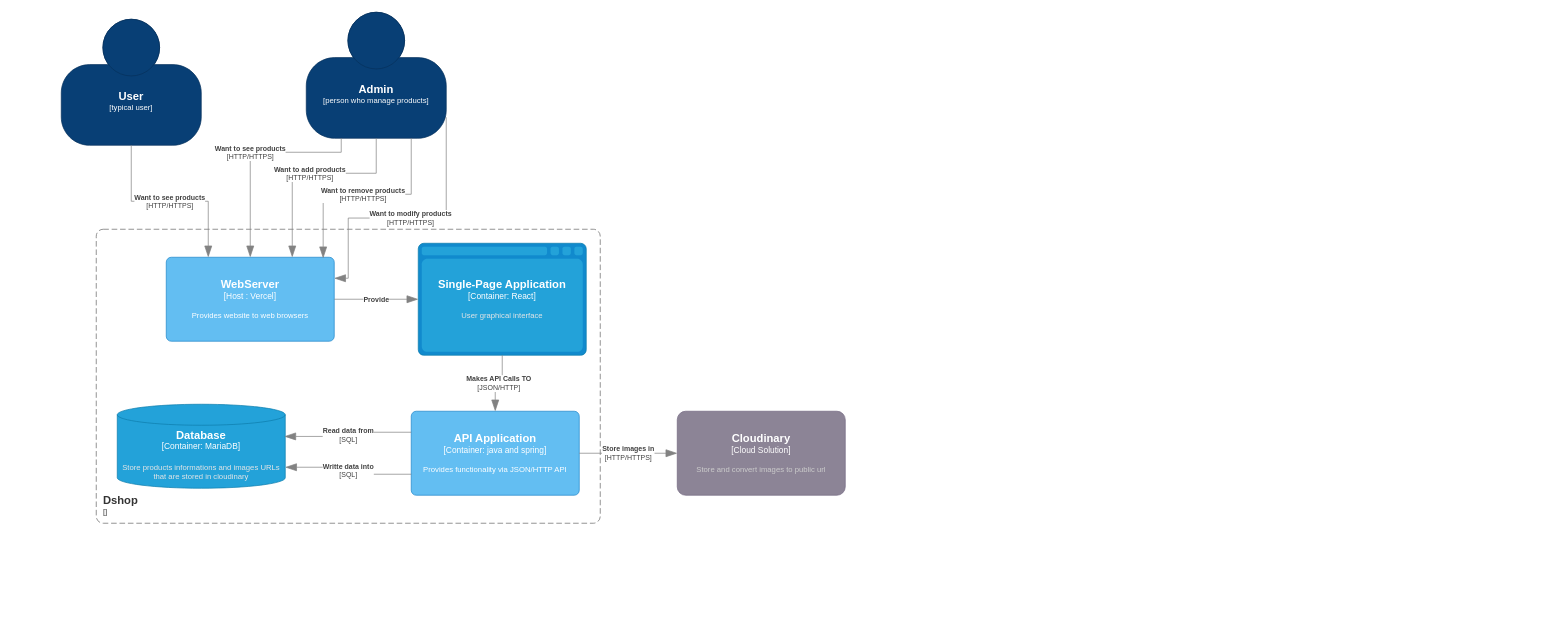
Before: documents/c4/C4_layer_2.drawio in SimonVanMello/dshop, a draw.io diagram. Source tidied: cells renumbered, new cells numbered last; positions are measured from the earlier drawing's top-left corner, leaving out a move shared by most shapes. Both pictures are drawn from the tidied source at 70%, with x=0, y=0 at pixel (61, 12).
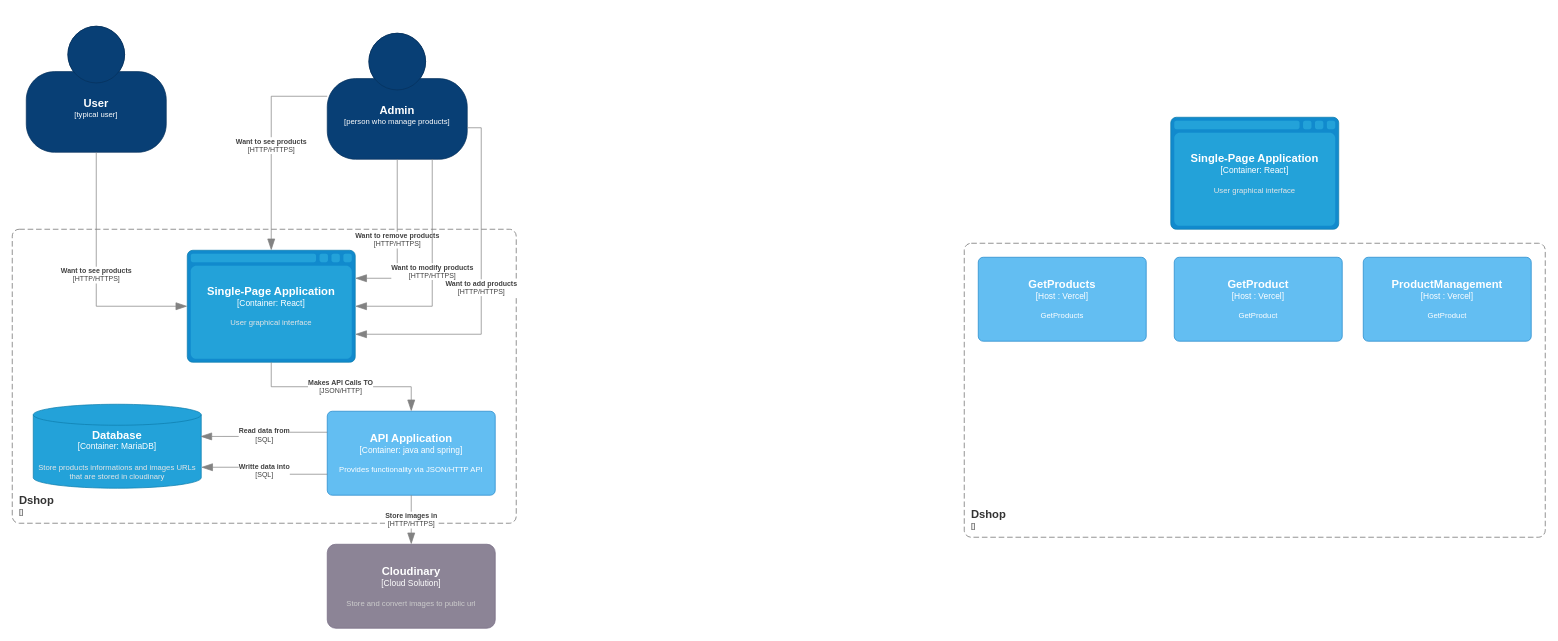
The same diagram, later.

Diff of the diagram source:
```diff
@@
     <object id="2" label="&lt;font style=&quot;font-size: 16px&quot;&gt;&lt;b&gt;%c4Name%&lt;/b&gt;&lt;/font&gt;&lt;div&gt;[%c4Type%]&lt;/div&gt;&lt;br&gt;&lt;div&gt;&lt;font style=&quot;font-size: 11px&quot;&gt;&lt;font color=&quot;#cccccc&quot;&gt;%c4Description%&lt;/font&gt;&lt;/div&gt;" c4Description="" c4Name="User" c4Type="typical user" placeholders="1">
       <mxCell style="html=1;fontSize=11;dashed=0;whiteSpace=wrap;fillColor=#083F75;strokeColor=#06315C;fontColor=#ffffff;shape=mxgraph.c4.person2;align=center;points=[[0.5,0,0],[1,0.5,0],[1,0.75,0],[0.75,1,0],[0.5,1,0],[0.25,1,0],[0,0.75,0],[0,0.5,0]];" parent="1" vertex="1">
-        <mxGeometry y="10" width="200" height="180" as="geometry" />
+        <mxGeometry x="-50" y="20" width="200" height="180" as="geometry" />
       </mxCell>
     </object>
     <object id="3" label="&lt;font style=&quot;font-size: 16px&quot;&gt;&lt;b&gt;%c4Name%&lt;/b&gt;&lt;/font&gt;&lt;div&gt;[%c4Type%]&lt;/div&gt;&lt;br&gt;&lt;div&gt;&lt;font style=&quot;font-size: 11px&quot;&gt;&lt;font color=&quot;#cccccc&quot;&gt;%c4Description%&lt;/font&gt;&lt;/div&gt;" c4Description="" c4Name="Admin" c4Type="person who manage products" placeholders="1">
       <mxCell style="html=1;fontSize=11;dashed=0;whiteSpace=wrap;fillColor=#083F75;strokeColor=#06315C;fontColor=#ffffff;shape=mxgraph.c4.person2;align=center;points=[[0.5,0,0],[1,0.5,0],[1,0.75,0],[0.75,1,0],[0.5,1,0],[0.25,1,0],[0,0.75,0],[0,0.5,0]];" parent="1" vertex="1">
-        <mxGeometry x="350" width="200" height="180" as="geometry" />
+        <mxGeometry x="380" y="30" width="200" height="180" as="geometry" />
       </mxCell>
     </object>
     <object id="4" label="&lt;font style=&quot;font-size: 16px&quot;&gt;&lt;b&gt;%c4Type%&lt;/b&gt;&lt;/font&gt;&lt;div&gt;[%c4Container%:&amp;nbsp;%c4Technology%]&lt;/div&gt;&lt;br&gt;&lt;div&gt;&lt;font style=&quot;font-size: 11px&quot;&gt;&lt;font color=&quot;#E6E6E6&quot;&gt;%c4Description%&lt;/font&gt;&lt;/div&gt;" c4Container="Container" c4Description="Store products informations and images URLs that are stored in cloudinary" c4Technology="MariaDB" c4Type="Database" placeholders="1">
       <mxCell style="shape=cylinder3;size=15;whiteSpace=wrap;html=1;boundedLbl=1;rounded=0;labelBackgroundColor=none;fillColor=#23A2D9;fontSize=12;fontColor=#ffffff;align=center;strokeColor=#0E7DAD;points=[[0.5,0,0],[1,0.25,0],[1,0.5,0],[1,0.75,0],[0.5,1,0],[0,0.75,0],[0,0.5,0],[0,0.25,0]];" parent="1" vertex="1">
-        <mxGeometry x="80" y="560" width="240" height="120" as="geometry" />
+        <mxGeometry x="-40" y="560" width="240" height="120" as="geometry" />
       </mxCell>
     </object>
     <object id="5" label="&lt;font style=&quot;font-size: 16px&quot;&gt;&lt;b&gt;&lt;div style=&quot;text-align: left&quot;&gt;%c4Name%&lt;/div&gt;&lt;/b&gt;&lt;/font&gt;&lt;div style=&quot;text-align: left&quot;&gt;[%c4Application%]&lt;/div&gt;" c4Application="" c4Name="Dshop" placeholders="1">
       <mxCell style="rounded=1;fontSize=11;whiteSpace=wrap;html=1;dashed=1;arcSize=20;fillColor=none;strokeColor=#666666;fontColor=#333333;labelBackgroundColor=none;align=left;verticalAlign=bottom;labelBorderColor=none;spacingTop=0;spacing=10;dashPattern=8 4;perimeter=rectanglePerimeter;noLabel=0;labelPadding=0;absoluteArcSize=1;" parent="1" vertex="1">
-        <mxGeometry x="50" y="310" width="720" height="420" as="geometry" />
+        <mxGeometry x="-70" y="310" width="720" height="420" as="geometry" />
       </mxCell>
     </object>
     <object id="6" label="&lt;font style=&quot;font-size: 16px&quot;&gt;&lt;b&gt;%c4Type%&lt;/b&gt;&lt;/font&gt;&lt;div&gt;[%c4Container%:&amp;nbsp;%c4Technology%]&lt;/div&gt;&lt;br&gt;&lt;div&gt;&lt;font style=&quot;font-size: 11px&quot;&gt;&lt;font color=&quot;#E6E6E6&quot;&gt;%c4Description%&lt;/font&gt;&lt;/div&gt;" c4Container="Container" c4Description="User graphical interface" c4Technology="React" c4Type="Single-Page Application" placeholders="1">
       <mxCell style="shape=mxgraph.c4.webBrowserContainer2;whiteSpace=wrap;html=1;boundedLbl=1;rounded=0;labelBackgroundColor=none;strokeColor=#118ACD;fillColor=#23A2D9;strokeColor=#118ACD;strokeColor2=#0E7DAD;fontSize=12;fontColor=#ffffff;align=center;points=[[0.5,0,0],[1,0.25,0],[1,0.5,0],[1,0.75,0],[0.5,1,0],[0,0.75,0],[0,0.5,0],[0,0.25,0]];" parent="1" vertex="1">
-        <mxGeometry x="510" y="330" width="240" height="160" as="geometry" />
+        <mxGeometry x="180" y="340" width="240" height="160" as="geometry" />
       </mxCell>
     </object>
     <object id="7" label="&lt;font style=&quot;font-size: 16px&quot;&gt;&lt;b&gt;%c4Name%&lt;/b&gt;&lt;/font&gt;&lt;div&gt;[%c4Type%]&lt;/div&gt;&lt;br&gt;&lt;div&gt;&lt;font style=&quot;font-size: 11px&quot;&gt;&lt;font color=&quot;#cccccc&quot;&gt;%c4Description%&lt;/font&gt;&lt;/div&gt;" c4Description="Store and convert images to public url" c4Name="Cloudinary" c4Type="Cloud Solution" placeholders="1">
       <mxCell style="rounded=1;whiteSpace=wrap;html=1;labelBackgroundColor=none;fillColor=#8C8496;fontColor=#ffffff;align=center;arcSize=10;strokeColor=#736782;points=[[0.25,0,0],[0.5,0,0],[0.75,0,0],[1,0.25,0],[1,0.5,0],[1,0.75,0],[0.75,1,0],[0.5,1,0],[0.25,1,0],[0,0.75,0],[0,0.5,0],[0,0.25,0]];" parent="1" vertex="1">
-        <mxGeometry x="880" y="570" width="240" height="120" as="geometry" />
+        <mxGeometry x="380" y="760" width="240" height="120" as="geometry" />
       </mxCell>
     </object>
     <object id="8" label="&lt;font style=&quot;font-size: 16px&quot;&gt;&lt;b&gt;%c4Name%&lt;/b&gt;&lt;/font&gt;&lt;div&gt;[%c4Type%: %c4Technology%]&lt;/div&gt;&lt;br&gt;&lt;div&gt;&lt;font style=&quot;font-size: 11px&quot;&gt;%c4Description%&lt;/font&gt;&lt;/div&gt;" c4Description="Provides functionality via JSON/HTTP API" c4Name="API Application" c4Technology="java and spring" c4Type="Container" placeholders="1">
       <mxCell style="rounded=1;whiteSpace=wrap;html=1;labelBackgroundColor=none;fillColor=#63BEF2;fontColor=#ffffff;align=center;arcSize=6;strokeColor=#2086C9;points=[[0.25,0,0],[0.5,0,0],[0.75,0,0],[1,0.25,0],[1,0.5,0],[1,0.75,0],[0.75,1,0],[0.5,1,0],[0.25,1,0],[0,0.75,0],[0,0.5,0],[0,0.25,0]];" parent="1" vertex="1">
-        <mxGeometry x="500" y="570" width="240" height="120" as="geometry" />
+        <mxGeometry x="380" y="570" width="240" height="120" as="geometry" />
       </mxCell>
     </object>
@@
-    <object id="10" label="&lt;font style=&quot;font-size: 16px&quot;&gt;&lt;b&gt;%c4Name%&lt;/b&gt;&lt;/font&gt;&lt;div&gt;[%c4Type%: %c4Technology%]&lt;/div&gt;&lt;br&gt;&lt;div&gt;&lt;font style=&quot;font-size: 11px&quot;&gt;%c4Description%&lt;/font&gt;&lt;/div&gt;" c4Description="Provides website to web browsers" c4Name="WebServer" c4Technology="Vercel" c4Type="Host " placeholders="1">
-      <mxCell style="rounded=1;whiteSpace=wrap;html=1;labelBackgroundColor=none;fillColor=#63BEF2;fontColor=#ffffff;align=center;arcSize=6;strokeColor=#2086C9;points=[[0.25,0,0],[0.5,0,0],[0.75,0,0],[1,0.25,0],[1,0.5,0],[1,0.75,0],[0.75,1,0],[0.5,1,0],[0.25,1,0],[0,0.75,0],[0,0.5,0],[0,0.25,0]];" parent="1" vertex="1">
-        <mxGeometry x="150" y="350" width="240" height="120" as="geometry" />
-      </mxCell>
-    </object>
@@
     <object id="13" label="&lt;div style=&quot;text-align: left&quot;&gt;&lt;div style=&quot;text-align: center&quot;&gt;&lt;b&gt;%c4Description%&lt;/b&gt;&lt;/div&gt;&lt;div style=&quot;text-align: center&quot;&gt;[%c4Technology%]&lt;/div&gt;&lt;/div&gt;" c4Description="Want to see products" c4Technology="HTTP/HTTPS" placeholders="1">
-      <mxCell style="endArrow=blockThin;html=1;fontSize=10;fontColor=#404040;strokeWidth=1;endFill=1;strokeColor=#828282;elbow=vertical;endSize=14;startSize=14;jumpStyle=arc;jumpSize=16;rounded=0;edgeStyle=orthogonalEdgeStyle;exitX=0.5;exitY=1;exitDx=0;exitDy=0;exitPerimeter=0;entryX=0.25;entryY=0;entryDx=0;entryDy=0;entryPerimeter=0;" parent="1" edge="1" source="2" target="10">
+      <mxCell style="endArrow=blockThin;html=1;fontSize=10;fontColor=#404040;strokeWidth=1;endFill=1;strokeColor=#828282;elbow=vertical;endSize=14;startSize=14;jumpStyle=arc;jumpSize=16;rounded=0;edgeStyle=orthogonalEdgeStyle;exitX=0.5;exitY=1;exitDx=0;exitDy=0;exitPerimeter=0;entryX=0;entryY=0.5;entryDx=0;entryDy=0;entryPerimeter=0;" parent="1" edge="1" source="2" target="6">
         <mxGeometry relative="1" as="geometry" />
       </mxCell>
     </object>
     <object id="14" label="&lt;div style=&quot;text-align: left&quot;&gt;&lt;div style=&quot;text-align: center&quot;&gt;&lt;b&gt;%c4Description%&lt;/b&gt;&lt;/div&gt;&lt;div style=&quot;text-align: center&quot;&gt;[%c4Technology%]&lt;/div&gt;&lt;/div&gt;" c4Description="Want to see products" c4Technology="HTTP/HTTPS" placeholders="1">
-      <mxCell style="endArrow=blockThin;html=1;fontSize=10;fontColor=#404040;strokeWidth=1;endFill=1;strokeColor=#828282;elbow=vertical;endSize=14;startSize=14;jumpStyle=arc;jumpSize=16;rounded=0;edgeStyle=orthogonalEdgeStyle;exitX=0.25;exitY=1;exitDx=0;exitDy=0;exitPerimeter=0;" parent="1" edge="1">
+      <mxCell style="endArrow=blockThin;html=1;fontSize=10;fontColor=#404040;strokeWidth=1;endFill=1;strokeColor=#828282;elbow=vertical;endSize=14;startSize=14;jumpStyle=arc;jumpSize=16;rounded=0;edgeStyle=orthogonalEdgeStyle;exitX=0;exitY=0.5;exitDx=0;exitDy=0;exitPerimeter=0;entryX=0.5;entryY=0;entryDx=0;entryDy=0;entryPerimeter=0;" parent="1" edge="1" source="3" target="6">
         <mxGeometry relative="1" as="geometry">
-          <mxPoint x="400" y="180" as="sourcePoint" />
-          <mxPoint x="270" y="350" as="targetPoint" />
           <Array as="points">
-            <mxPoint x="400" y="200" />
-            <mxPoint x="270" y="200" />
+            <mxPoint x="300" y="120" />
           </Array>
         </mxGeometry>
       </mxCell>
     </object>
     <object id="15" label="&lt;div style=&quot;text-align: left&quot;&gt;&lt;div style=&quot;text-align: center&quot;&gt;&lt;b&gt;%c4Description%&lt;/b&gt;&lt;/div&gt;&lt;div style=&quot;text-align: center&quot;&gt;[%c4Technology%]&lt;/div&gt;&lt;/div&gt;" c4Description="Want to add products" c4Technology="HTTP/HTTPS" placeholders="1">
-      <mxCell style="endArrow=blockThin;html=1;fontSize=10;fontColor=#404040;strokeWidth=1;endFill=1;strokeColor=#828282;elbow=vertical;endSize=14;startSize=14;jumpStyle=arc;jumpSize=16;rounded=0;edgeStyle=orthogonalEdgeStyle;exitX=0.5;exitY=1;exitDx=0;exitDy=0;exitPerimeter=0;entryX=0.75;entryY=0;entryDx=0;entryDy=0;entryPerimeter=0;" parent="1" edge="1" source="3" target="10">
+      <mxCell style="endArrow=blockThin;html=1;fontSize=10;fontColor=#404040;strokeWidth=1;endFill=1;strokeColor=#828282;elbow=vertical;endSize=14;startSize=14;jumpStyle=arc;jumpSize=16;rounded=0;edgeStyle=orthogonalEdgeStyle;exitX=1;exitY=0.75;exitDx=0;exitDy=0;exitPerimeter=0;entryX=1;entryY=0.75;entryDx=0;entryDy=0;entryPerimeter=0;" parent="1" edge="1" source="3" target="6">
         <mxGeometry relative="1" as="geometry">
           <Array as="points">
-            <mxPoint x="450" y="230" />
-            <mxPoint x="330" y="230" />
+            <mxPoint x="600" y="165" />
+            <mxPoint x="600" y="460" />
           </Array>
         </mxGeometry>
       </mxCell>
     </object>
     <object id="16" label="&lt;div style=&quot;text-align: left&quot;&gt;&lt;div style=&quot;text-align: center&quot;&gt;&lt;b&gt;%c4Description%&lt;/b&gt;&lt;/div&gt;&lt;div style=&quot;text-align: center&quot;&gt;[%c4Technology%]&lt;/div&gt;&lt;/div&gt;" c4Description="Want to remove products" c4Technology="HTTP/HTTPS" placeholders="1">
-      <mxCell style="endArrow=blockThin;html=1;fontSize=10;fontColor=#404040;strokeWidth=1;endFill=1;strokeColor=#828282;elbow=vertical;endSize=14;startSize=14;jumpStyle=arc;jumpSize=16;rounded=0;edgeStyle=orthogonalEdgeStyle;exitX=0.75;exitY=1;exitDx=0;exitDy=0;exitPerimeter=0;entryX=0.934;entryY=0.011;entryDx=0;entryDy=0;entryPerimeter=0;" parent="1" edge="1" source="3" target="10">
+      <mxCell style="endArrow=blockThin;html=1;fontSize=10;fontColor=#404040;strokeWidth=1;endFill=1;strokeColor=#828282;elbow=vertical;endSize=14;startSize=14;jumpStyle=arc;jumpSize=16;rounded=0;edgeStyle=orthogonalEdgeStyle;exitX=0.5;exitY=1;exitDx=0;exitDy=0;exitPerimeter=0;entryX=1;entryY=0.25;entryDx=0;entryDy=0;entryPerimeter=0;" parent="1" edge="1" source="3" target="6">
         <mxGeometry relative="1" as="geometry">
           <Array as="points">
-            <mxPoint x="500" y="260" />
-            <mxPoint x="374" y="260" />
+            <mxPoint x="480" y="380" />
           </Array>
         </mxGeometry>
       </mxCell>
     </object>
     <object id="17" label="&lt;div style=&quot;text-align: left&quot;&gt;&lt;div style=&quot;text-align: center&quot;&gt;&lt;b&gt;%c4Description%&lt;/b&gt;&lt;/div&gt;&lt;div style=&quot;text-align: center&quot;&gt;[%c4Technology%]&lt;/div&gt;&lt;/div&gt;" c4Description="Want to modify products" c4Technology="HTTP/HTTPS" placeholders="1">
-      <mxCell style="endArrow=blockThin;html=1;fontSize=10;fontColor=#404040;strokeWidth=1;endFill=1;strokeColor=#828282;elbow=vertical;endSize=14;startSize=14;jumpStyle=arc;jumpSize=16;rounded=0;edgeStyle=orthogonalEdgeStyle;entryX=1;entryY=0.25;entryDx=0;entryDy=0;entryPerimeter=0;exitX=1;exitY=0.75;exitDx=0;exitDy=0;exitPerimeter=0;" parent="1" edge="1" target="10">
+      <mxCell style="endArrow=blockThin;html=1;fontSize=10;fontColor=#404040;strokeWidth=1;endFill=1;strokeColor=#828282;elbow=vertical;endSize=14;startSize=14;jumpStyle=arc;jumpSize=16;rounded=0;edgeStyle=orthogonalEdgeStyle;entryX=1;entryY=0.5;entryDx=0;entryDy=0;entryPerimeter=0;exitX=0.75;exitY=1;exitDx=0;exitDy=0;exitPerimeter=0;" parent="1" edge="1" source="3" target="6">
         <mxGeometry relative="1" as="geometry">
-          <mxPoint x="550" y="150" as="sourcePoint" />
           <Array as="points">
-            <mxPoint x="550" y="294" />
-            <mxPoint x="410" y="294" />
-            <mxPoint x="410" y="380" />
+            <mxPoint x="530" y="420" />
           </Array>
         </mxGeometry>
       </mxCell>
     </object>
-    <object id="18" label="&lt;div style=&quot;text-align: left&quot;&gt;&lt;div style=&quot;text-align: center&quot;&gt;&lt;b&gt;%c4Description%&lt;/b&gt;&lt;/div&gt;" c4Description="Provide" placeholders="1">
-      <mxCell style="endArrow=blockThin;html=1;fontSize=10;fontColor=#404040;strokeWidth=1;endFill=1;strokeColor=#828282;elbow=vertical;endSize=14;startSize=14;jumpStyle=arc;jumpSize=16;rounded=0;edgeStyle=orthogonalEdgeStyle;entryX=0;entryY=0.5;entryDx=0;entryDy=0;entryPerimeter=0;exitX=1;exitY=0.5;exitDx=0;exitDy=0;exitPerimeter=0;" parent="1" edge="1" source="10" target="6">
-        <mxGeometry relative="1" as="geometry" />
-      </mxCell>
-    </object>
     <object id="19" label="&lt;div style=&quot;text-align: left&quot;&gt;&lt;div style=&quot;text-align: center&quot;&gt;&lt;b&gt;%c4Description%&lt;/b&gt;&lt;/div&gt;&lt;div style=&quot;text-align: center&quot;&gt;[%c4Technology%]&lt;/div&gt;&lt;/div&gt;" c4Description="Store images in" c4Technology="HTTP/HTTPS" placeholders="1">
-      <mxCell style="endArrow=blockThin;html=1;fontSize=10;fontColor=#404040;strokeWidth=1;endFill=1;strokeColor=#828282;elbow=vertical;endSize=14;startSize=14;jumpStyle=arc;jumpSize=16;rounded=0;edgeStyle=orthogonalEdgeStyle;entryX=0;entryY=0.5;entryDx=0;entryDy=0;entryPerimeter=0;exitX=1;exitY=0.5;exitDx=0;exitDy=0;exitPerimeter=0;" parent="1" edge="1" source="8" target="7">
-        <mxGeometry relative="1" as="geometry" />
+      <mxCell style="endArrow=blockThin;html=1;fontSize=10;fontColor=#404040;strokeWidth=1;endFill=1;strokeColor=#828282;elbow=vertical;endSize=14;startSize=14;jumpStyle=arc;jumpSize=16;rounded=0;edgeStyle=orthogonalEdgeStyle;entryX=0.5;entryY=0;entryDx=0;entryDy=0;entryPerimeter=0;exitX=0.5;exitY=1;exitDx=0;exitDy=0;exitPerimeter=0;" parent="1" edge="1" source="8" target="7">
+        <mxGeometry relative="1" as="geometry">
+          <Array as="points">
+            <mxPoint x="500" y="730" />
+            <mxPoint x="500" y="730" />
+          </Array>
+        </mxGeometry>
       </mxCell>
     </object>
+    <object id="20" label="&lt;font style=&quot;font-size: 16px&quot;&gt;&lt;b&gt;&lt;div style=&quot;text-align: left&quot;&gt;%c4Name%&lt;/div&gt;&lt;/b&gt;&lt;/font&gt;&lt;div style=&quot;text-align: left&quot;&gt;[%c4Application%]&lt;/div&gt;" c4Application="" c4Name="Dshop" placeholders="1">
+      <mxCell style="rounded=1;fontSize=11;whiteSpace=wrap;html=1;dashed=1;arcSize=20;fillColor=none;strokeColor=#666666;fontColor=#333333;labelBackgroundColor=none;align=left;verticalAlign=bottom;labelBorderColor=none;spacingTop=0;spacing=10;dashPattern=8 4;perimeter=rectanglePerimeter;noLabel=0;labelPadding=0;absoluteArcSize=1;" parent="1" vertex="1">
+        <mxGeometry x="1290" y="330" width="830" height="420" as="geometry" />
+      </mxCell>
+    </object>
+    <object id="21" label="&lt;font style=&quot;font-size: 16px&quot;&gt;&lt;b&gt;%c4Type%&lt;/b&gt;&lt;/font&gt;&lt;div&gt;[%c4Container%:&amp;nbsp;%c4Technology%]&lt;/div&gt;&lt;br&gt;&lt;div&gt;&lt;font style=&quot;font-size: 11px&quot;&gt;&lt;font color=&quot;#E6E6E6&quot;&gt;%c4Description%&lt;/font&gt;&lt;/div&gt;" c4Container="Container" c4Description="User graphical interface" c4Technology="React" c4Type="Single-Page Application" placeholders="1">
+      <mxCell style="shape=mxgraph.c4.webBrowserContainer2;whiteSpace=wrap;html=1;boundedLbl=1;rounded=0;labelBackgroundColor=none;strokeColor=#118ACD;fillColor=#23A2D9;strokeColor=#118ACD;strokeColor2=#0E7DAD;fontSize=12;fontColor=#ffffff;align=center;" parent="1" vertex="1">
+        <mxGeometry x="1585" y="150" width="240" height="160" as="geometry" />
+      </mxCell>
+    </object>
+    <object id="22" label="&lt;font style=&quot;font-size: 16px&quot;&gt;&lt;b&gt;%c4Name%&lt;/b&gt;&lt;/font&gt;&lt;div&gt;[%c4Type%: %c4Technology%]&lt;/div&gt;&lt;br&gt;&lt;div&gt;&lt;font style=&quot;font-size: 11px&quot;&gt;%c4Description%&lt;/font&gt;&lt;/div&gt;" c4Description="GetProducts" c4Name="GetProducts" c4Technology="Vercel" c4Type="Host " placeholders="1">
+      <mxCell style="rounded=1;whiteSpace=wrap;html=1;labelBackgroundColor=none;fillColor=#63BEF2;fontColor=#ffffff;align=center;arcSize=6;strokeColor=#2086C9;" parent="1" vertex="1">
+        <mxGeometry x="1310" y="350" width="240" height="120" as="geometry" />
+      </mxCell>
+    </object>
+    <object id="23" label="&lt;font style=&quot;font-size: 16px&quot;&gt;&lt;b&gt;%c4Name%&lt;/b&gt;&lt;/font&gt;&lt;div&gt;[%c4Type%: %c4Technology%]&lt;/div&gt;&lt;br&gt;&lt;div&gt;&lt;font style=&quot;font-size: 11px&quot;&gt;%c4Description%&lt;/font&gt;&lt;/div&gt;" c4Description="GetProduct" c4Name="GetProduct" c4Technology="Vercel" c4Type="Host " placeholders="1">
+      <mxCell style="rounded=1;whiteSpace=wrap;html=1;labelBackgroundColor=none;fillColor=#63BEF2;fontColor=#ffffff;align=center;arcSize=6;strokeColor=#2086C9;" parent="1" vertex="1">
+        <mxGeometry x="1590" y="350" width="240" height="120" as="geometry" />
+      </mxCell>
+    </object>
+    <object id="24" label="&lt;font style=&quot;font-size: 16px&quot;&gt;&lt;b&gt;%c4Name%&lt;/b&gt;&lt;/font&gt;&lt;div&gt;[%c4Type%: %c4Technology%]&lt;/div&gt;&lt;br&gt;&lt;div&gt;&lt;font style=&quot;font-size: 11px&quot;&gt;%c4Description%&lt;/font&gt;&lt;/div&gt;" c4Description="GetProduct" c4Name="ProductManagement" c4Technology="Vercel" c4Type="Host " placeholders="1">
+      <mxCell style="rounded=1;whiteSpace=wrap;html=1;labelBackgroundColor=none;fillColor=#63BEF2;fontColor=#ffffff;align=center;arcSize=6;strokeColor=#2086C9;" parent="1" vertex="1">
+        <mxGeometry x="1860" y="350" width="240" height="120" as="geometry" />
+      </mxCell>
+    </object>
```
